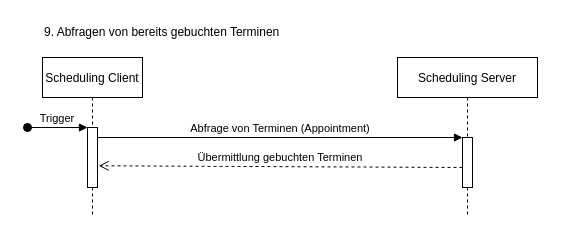
Earlier version of the draw.io diagram r5-TC-FHIR-AG-Scheduling-R5-main/interactions/find-existing-appointments.drawio (HL7Austria/hl7austria.github.io). Source tidied: cells renumbered, new cells numbered last; positions are measured from the earlier drawing's top-left corner, leaving out a move shared by most shapes. Both pictures are drawn from the tidied source at 100%, with x=0, y=0 at pixel (27, 17).
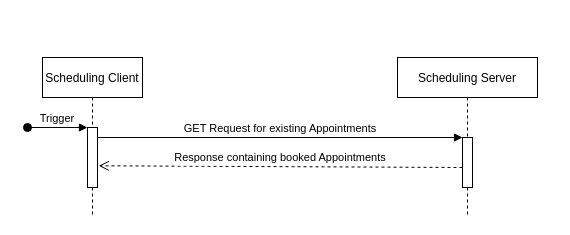
The same diagram, later.

What changed in the source:
```diff
@@
 <mxGraphModel>
   <root>
     <mxCell id="0" />
     <mxCell id="1" parent="0" />
-    <mxCell id="2" value="9. Abfragen von bereits gebuchten Terminen" style="text;html=1;strokeColor=none;fillColor=none;align=left;verticalAlign=middle;whiteSpace=wrap;rounded=0;" parent="1" vertex="1">
-      <mxGeometry x="15" width="510" height="30" as="geometry" />
-    </mxCell>
     <mxCell id="3" value="Scheduling Client" style="shape=umlLifeline;perimeter=lifelinePerimeter;rounded=0;shadow=0;strokeWidth=1;" parent="1" vertex="1">
       <mxGeometry x="15" y="40" width="100" height="160" as="geometry" />
     </mxCell>
     <mxCell id="4" style="points=[];perimeter=orthogonalPerimeter;rounded=0;shadow=0;strokeWidth=1;" parent="3" vertex="1">
       <mxGeometry x="45" y="70" width="10" height="60" as="geometry" />
     </mxCell>
     <mxCell id="5" value="Trigger" style="verticalAlign=bottom;startArrow=oval;endArrow=block;startSize=8;shadow=0;strokeWidth=1;" parent="3" edge="1" target="4">
       <mxGeometry relative="1" as="geometry">
         <mxPoint x="-15" y="70" as="sourcePoint" />
       </mxGeometry>
     </mxCell>
     <mxCell id="6" value="Scheduling Server" style="shape=umlLifeline;perimeter=lifelinePerimeter;rounded=0;shadow=0;strokeWidth=1;" parent="1" vertex="1">
       <mxGeometry x="370" y="40" width="140" height="160" as="geometry" />
     </mxCell>
     <mxCell id="7" style="points=[];perimeter=orthogonalPerimeter;rounded=0;shadow=0;strokeWidth=1;" parent="6" vertex="1">
       <mxGeometry x="65" y="80" width="10" height="50" as="geometry" />
     </mxCell>
-    <mxCell id="8" value="Übermittlung gebuchten Terminen" style="verticalAlign=bottom;endArrow=open;dashed=1;endSize=8;exitX=0;exitY=0.95;shadow=0;strokeWidth=1;entryX=1.12;entryY=0.638;entryDx=0;entryDy=0;entryPerimeter=0;" parent="6" edge="1" target="4">
+    <mxCell id="8" value="Response containing booked Appointments" style="verticalAlign=bottom;endArrow=open;dashed=1;endSize=8;exitX=0;exitY=0.95;shadow=0;strokeWidth=1;entryX=1.12;entryY=0.638;entryDx=0;entryDy=0;entryPerimeter=0;" parent="6" edge="1" target="4">
       <mxGeometry relative="1" as="geometry">
         <mxPoint x="65" y="110" as="sourcePoint" />
       </mxGeometry>
     </mxCell>
-    <mxCell id="9" value="Abfrage von Terminen (Appointment)" style="verticalAlign=bottom;endArrow=block;entryX=0;entryY=0;shadow=0;strokeWidth=1;" parent="1" edge="1" source="4" target="7">
+    <mxCell id="9" value="GET Request for existing Appointments" style="verticalAlign=bottom;endArrow=block;entryX=0;entryY=0;shadow=0;strokeWidth=1;" parent="1" edge="1" source="4" target="7">
       <mxGeometry relative="1" as="geometry" />
     </mxCell>
   </root>
 </mxGraphModel>
```
